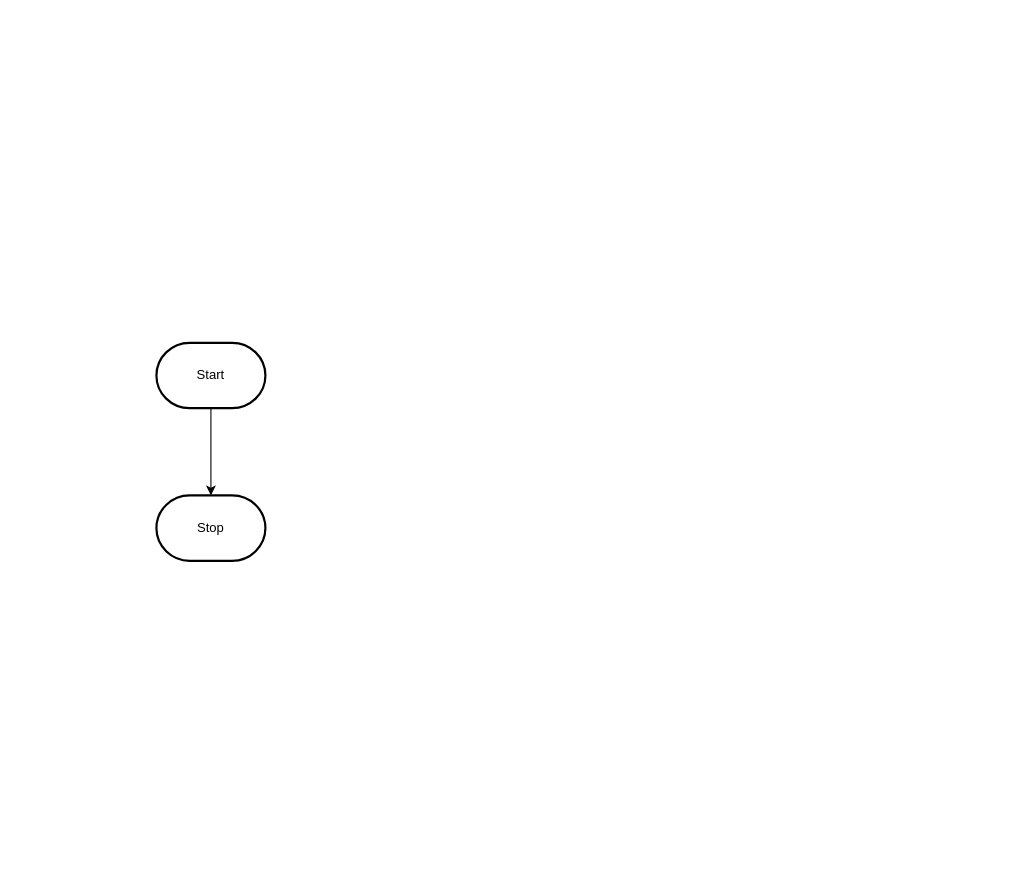
Earlier version of the draw.io diagram design/flowchart.drawio (MTHS-ICS3U-2-2022/ICS3U-Unit-4-04-Nina-S-Mathew). Source tidied: cells renumbered, new cells numbered last; positions are measured from the earlier drawing's top-left corner, leaving out a move shared by most shapes. Both pictures are drawn from the tidied source at 109%, with x=0, y=0 at pixel (156, 342).
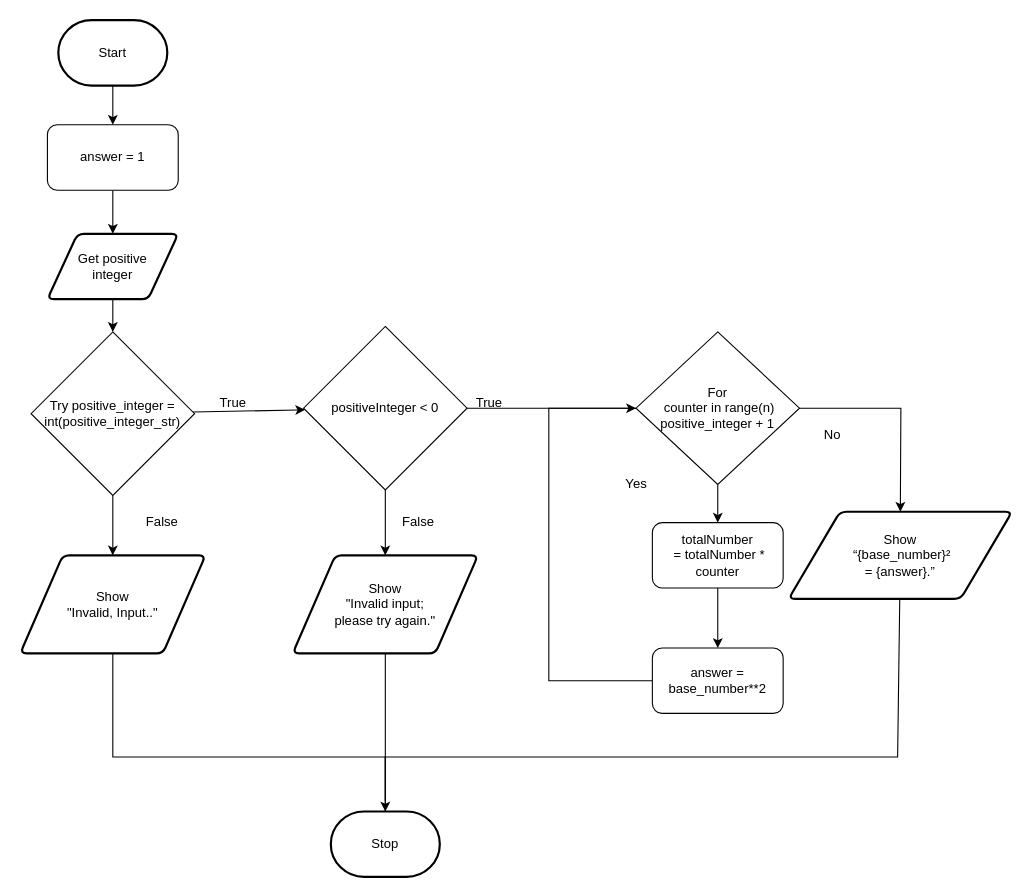
Above is the later version.

What changed in the source:
```diff
@@
-    <mxCell id="2" style="edgeStyle=orthogonalEdgeStyle;html=1;rounded=0;" parent="1" edge="1" source="3" target="4">
+    <mxCell id="2" style="edgeStyle=none;html=1;" parent="1" edge="1" source="3" target="6">
       <mxGeometry relative="1" as="geometry" />
     </mxCell>
     <mxCell id="3" value="Start" style="strokeWidth=2;html=1;shape=mxgraph.flowchart.terminator;whiteSpace=wrap;" parent="1" vertex="1">
-      <mxGeometry width="100" height="60" as="geometry" />
+      <mxGeometry x="-90" y="-296" width="100" height="60" as="geometry" />
     </mxCell>
     <mxCell id="4" value="Stop" style="strokeWidth=2;html=1;shape=mxgraph.flowchart.terminator;whiteSpace=wrap;" parent="1" vertex="1">
-      <mxGeometry y="140" width="100" height="60" as="geometry" />
+      <mxGeometry x="160" y="430" width="100" height="60" as="geometry" />
     </mxCell>
+    <mxCell id="5" style="edgeStyle=none;html=1;entryX=0.5;entryY=0;entryDx=0;entryDy=0;" parent="1" edge="1" source="6" target="8">
+      <mxGeometry relative="1" as="geometry" />
+    </mxCell>
+    <mxCell id="6" value="answer = 1" style="rounded=1;whiteSpace=wrap;html=1;" parent="1" vertex="1">
+      <mxGeometry x="-100" y="-200" width="120" height="60" as="geometry" />
+    </mxCell>
+    <mxCell id="7" style="edgeStyle=none;html=1;exitX=0.5;exitY=1;exitDx=0;exitDy=0;entryX=0.5;entryY=0;entryDx=0;entryDy=0;endArrow=classic;endFill=1;" parent="1" edge="1" source="8" target="19">
+      <mxGeometry relative="1" as="geometry" />
+    </mxCell>
+    <mxCell id="8" value="Get positive &lt;br&gt;integer" style="shape=parallelogram;html=1;strokeWidth=2;perimeter=parallelogramPerimeter;whiteSpace=wrap;rounded=1;arcSize=12;size=0.23;" parent="1" vertex="1">
+      <mxGeometry x="-100" y="-100" width="120" height="60" as="geometry" />
+    </mxCell>
+    <mxCell id="9" style="edgeStyle=none;html=1;entryX=0.5;entryY=0;entryDx=0;entryDy=0;" parent="1" edge="1" source="11" target="24">
+      <mxGeometry relative="1" as="geometry" />
+    </mxCell>
+    <mxCell id="10" style="edgeStyle=none;rounded=0;html=1;exitX=1;exitY=0.5;exitDx=0;exitDy=0;endArrow=classic;endFill=1;entryX=0.5;entryY=0;entryDx=0;entryDy=0;" parent="1" edge="1" source="11" target="23">
+      <mxGeometry relative="1" as="geometry">
+        <Array as="points">
+          <mxPoint x="683" y="60" />
+        </Array>
+      </mxGeometry>
+    </mxCell>
+    <mxCell id="11" value="For&lt;br&gt;&amp;nbsp;counter&amp;nbsp;in range(n) positive_integer + 1" style="rhombus;whiteSpace=wrap;html=1;" parent="1" vertex="1">
+      <mxGeometry x="440" y="-10" width="150" height="140" as="geometry" />
+    </mxCell>
+    <mxCell id="12" style="edgeStyle=none;html=1;entryX=0.5;entryY=0;entryDx=0;entryDy=0;exitX=0.5;exitY=1;exitDx=0;exitDy=0;" parent="1" edge="1" source="24" target="14">
+      <mxGeometry relative="1" as="geometry" />
+    </mxCell>
+    <mxCell id="13" style="edgeStyle=none;rounded=0;html=1;entryX=0;entryY=0.5;entryDx=0;entryDy=0;" parent="1" edge="1" source="14" target="11">
+      <mxGeometry relative="1" as="geometry">
+        <Array as="points">
+          <mxPoint x="360" y="310" />
+          <mxPoint x="360" y="60" />
+        </Array>
+      </mxGeometry>
+    </mxCell>
+    <mxCell id="14" value="answer = base_number**2" style="rounded=1;whiteSpace=wrap;html=1;" parent="1" vertex="1">
+      <mxGeometry x="455" y="280" width="120" height="60" as="geometry" />
+    </mxCell>
+    <mxCell id="15" value="Yes" style="text;html=1;align=center;verticalAlign=middle;strokeColor=none;fillColor=none;" parent="1" vertex="1">
+      <mxGeometry x="420" y="115" width="40" height="30" as="geometry" />
+    </mxCell>
+    <mxCell id="16" value="No" style="text;html=1;align=center;verticalAlign=middle;strokeColor=none;fillColor=none;" parent="1" vertex="1">
+      <mxGeometry x="600" y="70" width="40" height="30" as="geometry" />
+    </mxCell>
+    <mxCell id="17" style="edgeStyle=none;rounded=0;html=1;entryX=0.5;entryY=0;entryDx=0;entryDy=0;" parent="1" edge="1" source="19" target="21">
+      <mxGeometry relative="1" as="geometry" />
+    </mxCell>
+    <mxCell id="18" style="edgeStyle=none;html=1;" parent="1" edge="1" source="19" target="29">
+      <mxGeometry relative="1" as="geometry" />
+    </mxCell>
+    <mxCell id="19" value="Try&amp;nbsp;positive_integer = int(positive_integer_str)" style="rhombus;whiteSpace=wrap;html=1;" parent="1" vertex="1">
+      <mxGeometry x="-115" y="-10" width="150" height="150" as="geometry" />
+    </mxCell>
+    <mxCell id="20" style="edgeStyle=none;html=1;entryX=0.5;entryY=0;entryDx=0;entryDy=0;entryPerimeter=0;endArrow=none;endFill=0;rounded=0;" parent="1" edge="1" source="21" target="4">
+      <mxGeometry relative="1" as="geometry">
+        <Array as="points">
+          <mxPoint x="-40" y="380" />
+          <mxPoint x="210" y="380" />
+        </Array>
+      </mxGeometry>
+    </mxCell>
+    <mxCell id="21" value="Show &lt;br&gt;&quot;Invalid, Input..&quot;" style="shape=parallelogram;html=1;strokeWidth=2;perimeter=parallelogramPerimeter;whiteSpace=wrap;rounded=1;arcSize=12;size=0.23;" parent="1" vertex="1">
+      <mxGeometry x="-125" y="195" width="170" height="90" as="geometry" />
+    </mxCell>
+    <mxCell id="22" style="edgeStyle=none;html=1;entryX=0.5;entryY=0;entryDx=0;entryDy=0;entryPerimeter=0;endArrow=classic;endFill=1;rounded=0;" parent="1" edge="1" source="23" target="4">
+      <mxGeometry relative="1" as="geometry">
+        <Array as="points">
+          <mxPoint x="680" y="380" />
+          <mxPoint x="210" y="380" />
+        </Array>
+      </mxGeometry>
+    </mxCell>
+    <mxCell id="23" value="Show &lt;br&gt;&amp;nbsp;“{base_number}² &lt;br&gt;= {answer}.”" style="shape=parallelogram;html=1;strokeWidth=2;perimeter=parallelogramPerimeter;whiteSpace=wrap;rounded=1;arcSize=12;size=0.23;" parent="1" vertex="1">
+      <mxGeometry x="580" y="155" width="205" height="80" as="geometry" />
+    </mxCell>
+    <mxCell id="24" value="totalNumber&lt;br&gt;&amp;nbsp;= totalNumber * counter" style="rounded=1;whiteSpace=wrap;html=1;" parent="1" vertex="1">
+      <mxGeometry x="455" y="165" width="120" height="60" as="geometry" />
+    </mxCell>
+    <mxCell id="25" value="True" style="text;html=1;align=center;verticalAlign=middle;strokeColor=none;fillColor=none;" parent="1" vertex="1">
+      <mxGeometry x="45" y="40" width="50" height="30" as="geometry" />
+    </mxCell>
+    <mxCell id="26" value="False" style="text;html=1;align=center;verticalAlign=middle;strokeColor=none;fillColor=none;" parent="1" vertex="1">
+      <mxGeometry x="-20" y="150" width="50" height="30" as="geometry" />
+    </mxCell>
+    <mxCell id="27" style="edgeStyle=none;rounded=0;html=1;entryX=0.5;entryY=0;entryDx=0;entryDy=0;" parent="1" edge="1" source="29" target="31">
+      <mxGeometry relative="1" as="geometry" />
+    </mxCell>
+    <mxCell id="28" style="edgeStyle=none;html=1;entryX=0;entryY=0.5;entryDx=0;entryDy=0;endArrow=none;endFill=0;" parent="1" edge="1" source="29" target="11">
+      <mxGeometry relative="1" as="geometry" />
+    </mxCell>
+    <mxCell id="29" value="positiveInteger &amp;lt; 0" style="rhombus;whiteSpace=wrap;html=1;" parent="1" vertex="1">
+      <mxGeometry x="135" y="-15" width="150" height="150" as="geometry" />
+    </mxCell>
+    <mxCell id="30" style="edgeStyle=none;html=1;endArrow=none;endFill=0;" parent="1" edge="1" source="31">
+      <mxGeometry relative="1" as="geometry">
+        <mxPoint x="210" y="420" as="targetPoint" />
+      </mxGeometry>
+    </mxCell>
+    <mxCell id="31" value="Show &lt;br&gt;&quot;Invalid input; &lt;br&gt;please try again.&quot;" style="shape=parallelogram;html=1;strokeWidth=2;perimeter=parallelogramPerimeter;whiteSpace=wrap;rounded=1;arcSize=12;size=0.23;" parent="1" vertex="1">
+      <mxGeometry x="125" y="195" width="170" height="90" as="geometry" />
+    </mxCell>
+    <mxCell id="32" value="True" style="text;html=1;align=center;verticalAlign=middle;strokeColor=none;fillColor=none;" parent="1" vertex="1">
+      <mxGeometry x="280" y="40" width="50" height="30" as="geometry" />
+    </mxCell>
+    <mxCell id="33" value="False" style="text;html=1;align=center;verticalAlign=middle;strokeColor=none;fillColor=none;" parent="1" vertex="1">
+      <mxGeometry x="215" y="150" width="50" height="30" as="geometry" />
+    </mxCell>
```
